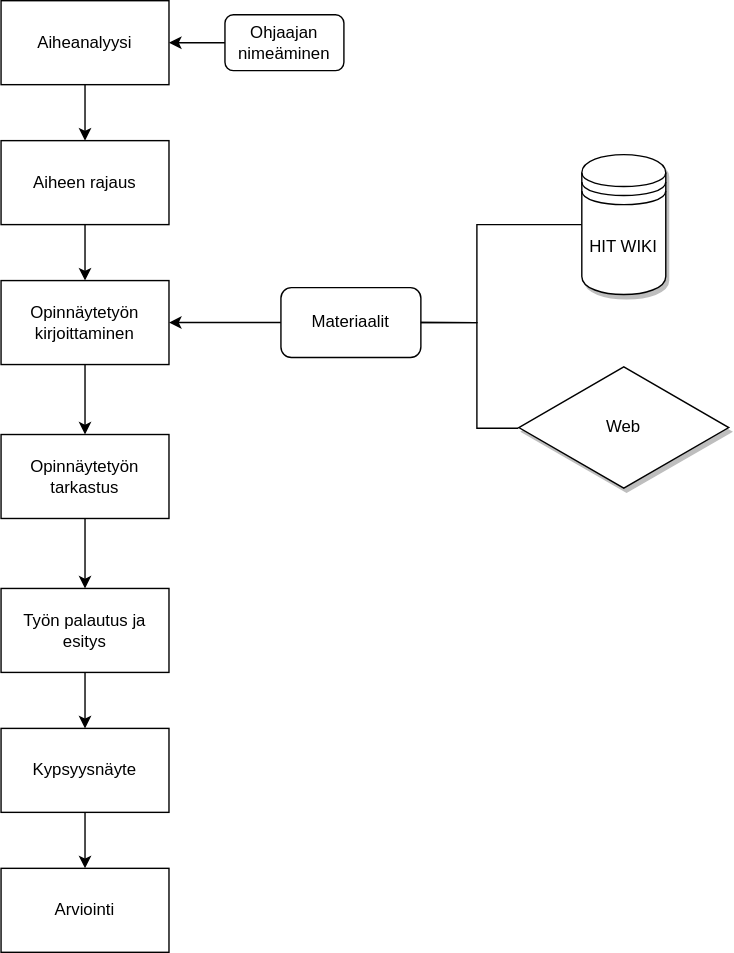
Before: oppari_process.svg, a diagram exported from draw.io (hirsmaki/oppari). Source tidied: cells renumbered, new cells last; positions are measured from the earlier drawing's top-left corner, leaving out a move shared by most shapes.
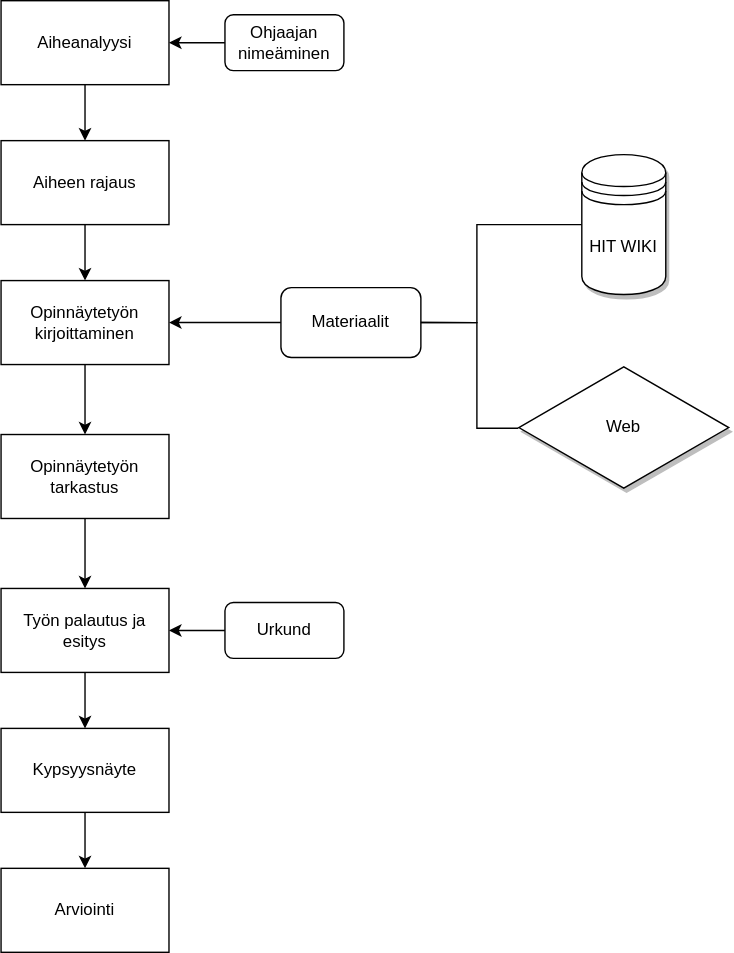
Above is the later version.

Change to the diagram source:
```diff
@@ -76,5 +76,11 @@
     <mxCell id="22" value="Arviointi" style="rounded=0;whiteSpace=wrap;html=1;shadow=0;" parent="1" vertex="1">
       <mxGeometry y="620" width="120" height="60" as="geometry" />
     </mxCell>
+    <mxCell id="23" style="edgeStyle=orthogonalEdgeStyle;rounded=0;jettySize=auto;html=1;entryX=1;entryY=0.5;entryDx=0;entryDy=0;" parent="1" edge="1" source="24" target="19">
+      <mxGeometry relative="1" as="geometry" />
+    </mxCell>
+    <mxCell id="24" value="Urkund" style="rounded=1;whiteSpace=wrap;html=1;" parent="1" vertex="1">
+      <mxGeometry x="160" y="430" width="85" height="40" as="geometry" />
+    </mxCell>
   </root>
 </mxGraphModel>
```
